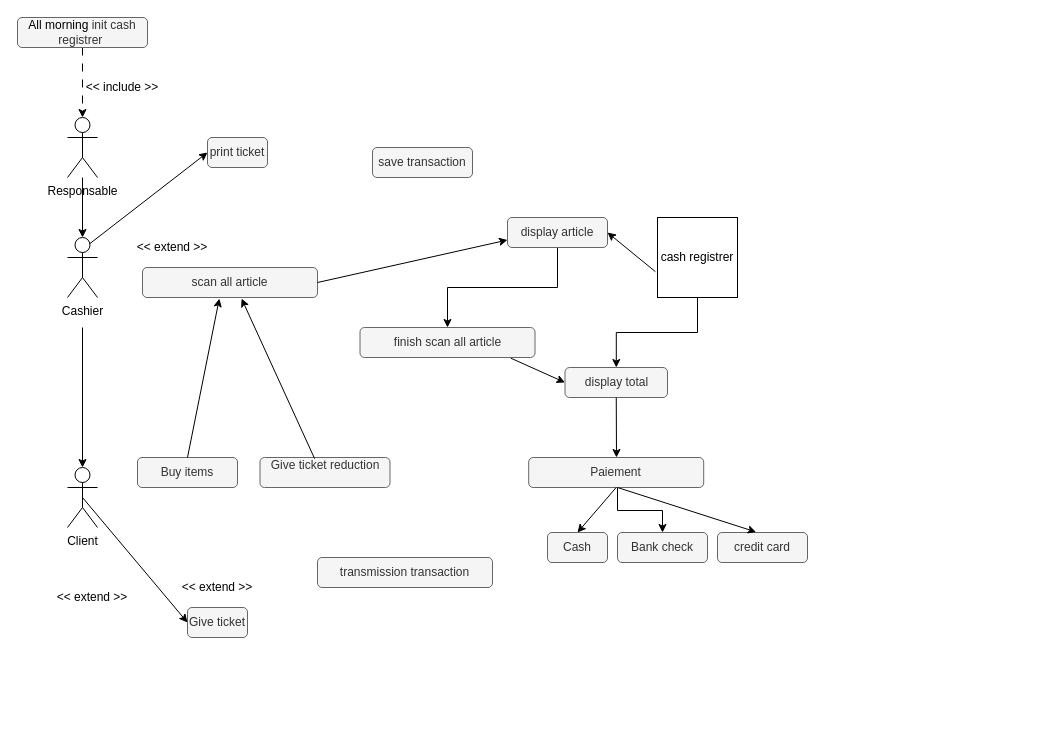
Above: Untitled Diagram.drawio in julie-belrose/M2I (draw.io), before the change. Source tidied: cells renumbered, new cells numbered last; positions are measured from the earlier drawing's top-left corner, leaving out a move shared by most shapes. Both pictures are drawn from the tidied source at 100%, with x=0, y=0 at pixel (17, 17).
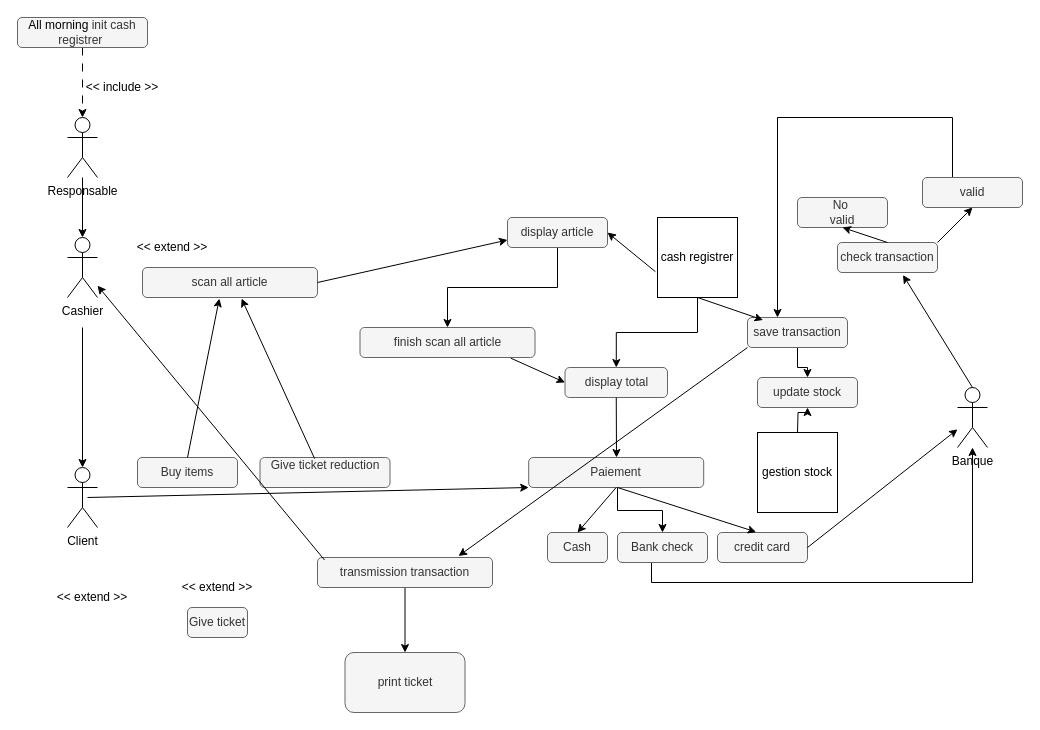
After the change.

The change refers to these unchanged cells:
```xml
<mxCell id="2" value="Client" style="shape=umlActor;verticalLabelPosition=bottom;verticalAlign=top;html=1;outlineConnect=0;" parent="1" vertex="1">
  <mxGeometry x="50" y="450" width="30" height="60" as="geometry" />
</mxCell>
<mxCell id="3" value="Cashier" style="shape=umlActor;verticalLabelPosition=bottom;verticalAlign=top;html=1;outlineConnect=0;" parent="1" vertex="1">
  <mxGeometry x="50" y="220" width="30" height="60" as="geometry" />
</mxCell>
<mxCell id="7" value="cash registrer" style="whiteSpace=wrap;html=1;" parent="1" vertex="1">
  <mxGeometry x="640" y="200" width="80" height="80" as="geometry" />
</mxCell>
<mxCell id="13" value="Bank check" style="text;html=1;align=center;verticalAlign=middle;whiteSpace=wrap;rounded=1;fillColor=#f5f5f5;fontColor=#333333;strokeColor=#666666;" parent="1" vertex="1">
  <mxGeometry x="600" y="515" width="90" height="30" as="geometry" />
</mxCell>
<mxCell id="14" value="credit card" style="text;html=1;align=center;verticalAlign=middle;whiteSpace=wrap;rounded=1;fillColor=#f5f5f5;fontColor=#333333;strokeColor=#666666;" parent="1" vertex="1">
  <mxGeometry x="700" y="515" width="90" height="30" as="geometry" />
</mxCell>
<mxCell id="16" value="Give ticket" style="text;html=1;align=center;verticalAlign=middle;whiteSpace=wrap;rounded=1;fillColor=#f5f5f5;fontColor=#333333;strokeColor=#666666;" parent="1" vertex="1">
  <mxGeometry x="170" y="590" width="60" height="30" as="geometry" />
</mxCell>
<mxCell id="17" value="transmission transaction" style="text;html=1;align=center;verticalAlign=middle;whiteSpace=wrap;rounded=1;fillColor=#f5f5f5;fontColor=#333333;strokeColor=#666666;" parent="1" vertex="1">
  <mxGeometry x="300" y="540" width="175" height="30" as="geometry" />
</mxCell>
<mxCell id="30" value="Paiement" style="text;html=1;align=center;verticalAlign=middle;whiteSpace=wrap;rounded=1;fillColor=#f5f5f5;fontColor=#333333;strokeColor=#666666;" parent="1" vertex="1">
  <mxGeometry x="511.2" y="440" width="175" height="30" as="geometry" />
</mxCell>
```

Change to the diagram source:
```diff
@@
+    <mxCell id="41" style="edgeStyle=orthogonalEdgeStyle;rounded=0;jettySize=auto;html=1;" parent="1" edge="1" source="10" target="56">
+      <mxGeometry relative="1" as="geometry" />
+    </mxCell>
     <mxCell id="10" value="save transaction" style="text;html=1;align=center;verticalAlign=middle;whiteSpace=wrap;rounded=1;fillColor=#f5f5f5;fontColor=#333333;strokeColor=#666666;" parent="1" vertex="1">
-      <mxGeometry x="355" y="130" width="100" height="30" as="geometry" />
+      <mxGeometry x="730" y="300" width="100" height="30" as="geometry" />
     </mxCell>
@@
+    <mxCell id="42" style="edgeStyle=orthogonalEdgeStyle;rounded=0;jettySize=auto;html=1;exitX=0.378;exitY=0.983;exitDx=0;exitDy=0;exitPerimeter=0;" parent="1" edge="1" source="13" target="44">
+      <mxGeometry relative="1" as="geometry" />
+    </mxCell>
@@
-    <mxCell id="15" value="print ticket" style="text;html=1;align=center;verticalAlign=middle;whiteSpace=wrap;rounded=1;fillColor=#f5f5f5;fontColor=#333333;strokeColor=#666666;" parent="1" vertex="1">
-      <mxGeometry x="190" y="120" width="60" height="30" as="geometry" />
-    </mxCell>
@@
+    <mxCell id="43" style="edgeStyle=orthogonalEdgeStyle;rounded=0;jettySize=auto;html=1;" parent="1" edge="1" source="17" target="15">
+      <mxGeometry relative="1" as="geometry" />
+    </mxCell>
@@
-    <mxCell id="24" style="endArrow=classic;html=1;rounded=0;entryX=0;entryY=0.5;entryDx=0;entryDy=0;exitX=0.5;exitY=0.5;exitDx=0;exitDy=0;exitPerimeter=0;" parent="1" edge="1" source="2" target="16">
-      <mxGeometry relative="1" as="geometry" />
-    </mxCell>
@@
-    <mxCell id="27" style="endArrow=classic;html=1;rounded=0;exitX=0.75;exitY=0.1;exitDx=0;exitDy=0;exitPerimeter=0;entryX=0;entryY=0.5;entryDx=0;entryDy=0;" parent="1" edge="1" source="3" target="15">
-      <mxGeometry relative="1" as="geometry" />
-    </mxCell>
@@
+    <mxCell id="44" value="Banque&lt;div&gt;&lt;br&gt;&lt;/div&gt;" style="shape=umlActor;verticalLabelPosition=bottom;verticalAlign=top;html=1;outlineConnect=0;" parent="1" vertex="1">
+      <mxGeometry x="940" y="370" width="30" height="60" as="geometry" />
+    </mxCell>
+    <mxCell id="45" value="check transaction" style="text;html=1;align=center;verticalAlign=middle;whiteSpace=wrap;rounded=1;fillColor=#f5f5f5;fontColor=#333333;strokeColor=#666666;" parent="1" vertex="1">
+      <mxGeometry x="820" y="225" width="100" height="30" as="geometry" />
+    </mxCell>
+    <mxCell id="46" style="edgeStyle=orthogonalEdgeStyle;rounded=0;orthogonalLoop=1;jettySize=auto;html=1;exitX=0.5;exitY=0;exitDx=0;exitDy=0;" parent="1" edge="1">
+      <mxGeometry relative="1" as="geometry">
+        <mxPoint x="935" y="160" as="sourcePoint" />
+        <mxPoint x="760" y="300" as="targetPoint" />
+        <Array as="points">
+          <mxPoint x="935" y="100" />
+          <mxPoint x="760" y="100" />
+        </Array>
+      </mxGeometry>
+    </mxCell>
+    <mxCell id="47" value="valid" style="text;html=1;align=center;verticalAlign=middle;whiteSpace=wrap;rounded=1;fillColor=#f5f5f5;fontColor=#333333;strokeColor=#666666;" parent="1" vertex="1">
+      <mxGeometry x="905" y="160" width="100" height="30" as="geometry" />
+    </mxCell>
+    <mxCell id="48" value="No&amp;nbsp;&lt;div&gt;valid&lt;/div&gt;" style="text;html=1;align=center;verticalAlign=middle;whiteSpace=wrap;rounded=1;fillColor=#f5f5f5;fontColor=#333333;strokeColor=#666666;" parent="1" vertex="1">
+      <mxGeometry x="780" y="180" width="90" height="30" as="geometry" />
+    </mxCell>
+    <mxCell id="49" style="endArrow=classic;html=1;rounded=0;exitX=1;exitY=0.5;exitDx=0;exitDy=0;" parent="1" edge="1" source="14" target="44">
+      <mxGeometry relative="1" as="geometry" />
+    </mxCell>
+    <mxCell id="50" style="endArrow=classic;html=1;rounded=0;exitX=0.5;exitY=0;exitDx=0;exitDy=0;exitPerimeter=0;entryX=0.655;entryY=1.083;entryDx=0;entryDy=0;entryPerimeter=0;" parent="1" edge="1" source="44" target="45">
+      <mxGeometry relative="1" as="geometry" />
+    </mxCell>
+    <mxCell id="51" style="endArrow=classic;html=1;rounded=0;exitX=1;exitY=0;exitDx=0;exitDy=0;entryX=0.5;entryY=1;entryDx=0;entryDy=0;" parent="1" edge="1" source="45" target="47">
+      <mxGeometry relative="1" as="geometry" />
+    </mxCell>
+    <mxCell id="52" style="endArrow=classic;html=1;rounded=0;exitX=0.5;exitY=0;exitDx=0;exitDy=0;entryX=0.5;entryY=1;entryDx=0;entryDy=0;" parent="1" edge="1" source="45" target="48">
+      <mxGeometry relative="1" as="geometry" />
+    </mxCell>
+    <mxCell id="53" style="edgeStyle=orthogonalEdgeStyle;rounded=0;jettySize=auto;html=1;" parent="1" edge="1" target="56">
+      <mxGeometry relative="1" as="geometry">
+        <mxPoint x="780" y="415" as="sourcePoint" />
+      </mxGeometry>
+    </mxCell>
+    <mxCell id="54" value="gestion stock" style="whiteSpace=wrap;html=1;" parent="1" vertex="1">
+      <mxGeometry x="740" y="415" width="80" height="80" as="geometry" />
+    </mxCell>
+    <mxCell id="55" style="endArrow=classic;html=1;rounded=0;exitX=0.5;exitY=1;exitDx=0;exitDy=0;entryX=0.155;entryY=0.083;entryDx=0;entryDy=0;entryPerimeter=0;" parent="1" edge="1" source="7" target="10">
+      <mxGeometry relative="1" as="geometry" />
+    </mxCell>
+    <mxCell id="56" value="update stock" style="text;html=1;align=center;verticalAlign=middle;whiteSpace=wrap;rounded=1;fillColor=#f5f5f5;fontColor=#333333;strokeColor=#666666;" parent="1" vertex="1">
+      <mxGeometry x="740" y="360" width="100" height="30" as="geometry" />
+    </mxCell>
+    <mxCell id="57" style="endArrow=classic;html=1;rounded=0;entryX=0;entryY=1;entryDx=0;entryDy=0;" parent="1" edge="1" target="30">
+      <mxGeometry relative="1" as="geometry">
+        <mxPoint x="70" y="480" as="sourcePoint" />
+      </mxGeometry>
+    </mxCell>
+    <mxCell id="58" style="endArrow=classic;html=1;rounded=0;exitX=0;exitY=1;exitDx=0;exitDy=0;entryX=0.806;entryY=-0.05;entryDx=0;entryDy=0;entryPerimeter=0;" parent="1" edge="1" source="10" target="17">
+      <mxGeometry relative="1" as="geometry" />
+    </mxCell>
+    <mxCell id="59" style="endArrow=classic;html=1;rounded=0;exitX=0.04;exitY=0.083;exitDx=0;exitDy=0;exitPerimeter=0;" parent="1" edge="1" source="17" target="3">
+      <mxGeometry relative="1" as="geometry" />
+    </mxCell>
+    <mxCell id="15" value="print ticket" style="whiteSpace=wrap;html=1;fillColor=#f5f5f5;strokeColor=#666666;fontColor=#333333;gradientColor=none;rounded=1;" parent="1" vertex="1">
+      <mxGeometry x="327.5" y="635" width="120" height="60" as="geometry" />
+    </mxCell>
```
